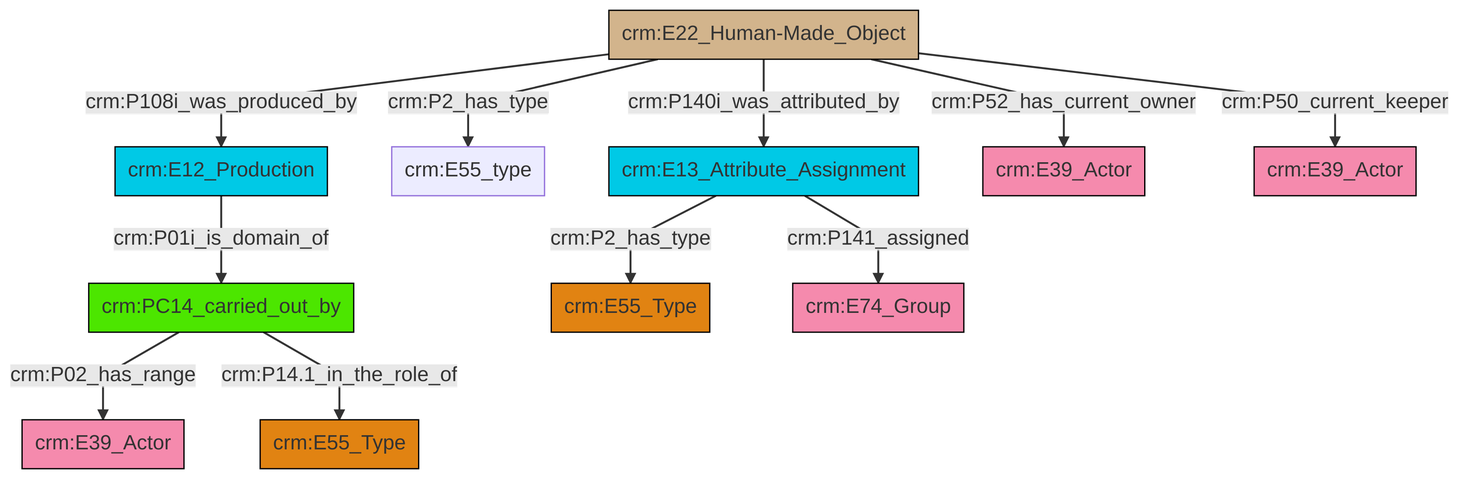
swiss-art-research-net/docs.swissartresearch keeps this Mermaid diagram as et/artworkCSV/ttl/mmd/png/Artwork_Actor_Relations.png. Above is the earlier version. Its source is kept beside it as et/artworkCSV/ttl/mmd/Artwork_Actor_Relations.ttl.mmd.
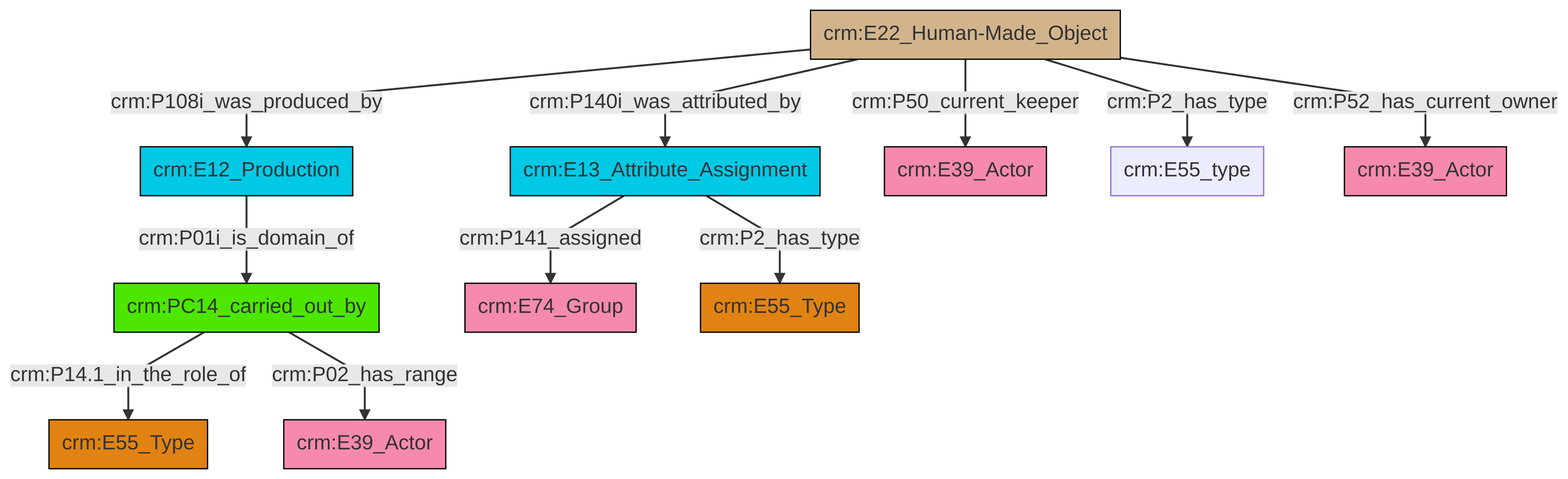
After the commit.

The edit, as a diff of the source:
```diff
@@ -13,13 +13,13 @@
 classDef PC_Classes fill:#4ce600, stroke:#000000;
 classDef Multi fill:#cccccc,stroke:#000000;
 
-6["crm:E13_Attribute_Assignment"]:::Temporal_Entity -->|crm:P2_has_type| 7["crm:E55_Type"]:::Type
-8["crm:PC14_carried_out_by"]:::PC_Classes -->|crm:P02_has_range| 9["crm:E39_Actor"]:::Actor
-11["crm:E22_Human-Made_Object"]:::Physical_Thing -->|crm:P108i_was_produced_by| 2["crm:E12_Production"]:::Temporal_Entity
-2["crm:E12_Production"]:::Temporal_Entity -->|crm:P01i_is_domain_of| 8["crm:PC14_carried_out_by"]:::PC_Classes
-11["crm:E22_Human-Made_Object"]:::Physical_Thing -->|crm:P2_has_type| 0["crm:E55_type"]:::Default
-11["crm:E22_Human-Made_Object"]:::Physical_Thing -->|crm:P140i_was_attributed_by| 6["crm:E13_Attribute_Assignment"]:::Temporal_Entity
-11["crm:E22_Human-Made_Object"]:::Physical_Thing -->|crm:P52_has_current_owner| 17["crm:E39_Actor"]:::Actor
-6["crm:E13_Attribute_Assignment"]:::Temporal_Entity -->|crm:P141_assigned| 19["crm:E74_Group"]:::Actor
-11["crm:E22_Human-Made_Object"]:::Physical_Thing -->|crm:P50_current_keeper| 14["crm:E39_Actor"]:::Actor
-8["crm:PC14_carried_out_by"]:::PC_Classes -->|crm:P14.1_in_the_role_of| 4["crm:E55_Type"]:::Type
+0["crm:E12_Production"]:::Temporal_Entity -->|crm:P01i_is_domain_of| 1["crm:PC14_carried_out_by"]:::PC_Classes
+2["crm:E13_Attribute_Assignment"]:::Temporal_Entity -->|crm:P141_assigned| 3["crm:E74_Group"]:::Actor
+4["crm:E22_Human-Made_Object"]:::Physical_Thing -->|crm:P108i_was_produced_by| 0["crm:E12_Production"]:::Temporal_Entity
+4["crm:E22_Human-Made_Object"]:::Physical_Thing -->|crm:P50_current_keeper| 5["crm:E39_Actor"]:::Actor
+2["crm:E13_Attribute_Assignment"]:::Temporal_Entity -->|crm:P2_has_type| 11["crm:E55_Type"]:::Type
+1["crm:PC14_carried_out_by"]:::PC_Classes -->|crm:P14.1_in_the_role_of| 8["crm:E55_Type"]:::Type
+4["crm:E22_Human-Made_Object"]:::Physical_Thing -->|crm:P52_has_current_owner| 18["crm:E39_Actor"]:::Actor
+4["crm:E22_Human-Made_Object"]:::Physical_Thing -->|crm:P2_has_type| 14["crm:E55_type"]:::Default
+1["crm:PC14_carried_out_by"]:::PC_Classes -->|crm:P02_has_range| 16["crm:E39_Actor"]:::Actor
+4["crm:E22_Human-Made_Object"]:::Physical_Thing -->|crm:P140i_was_attributed_by| 2["crm:E13_Attribute_Assignment"]:::Temporal_Entity
```
